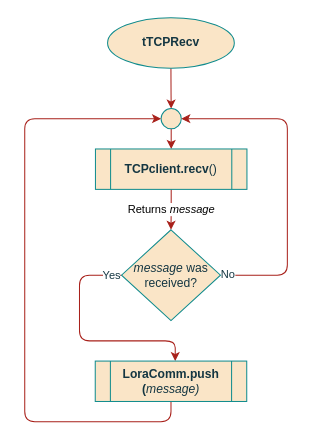
Before: page "tTCPRecv" (4 of 5) of project/report/flowcharts/Gatewaytasks/GWthreads.drawio in ESRGgroup9/slipad, a draw.io diagram. Source tidied: cells renumbered, new cells numbered last; positions are measured from the earlier drawing's top-left corner, leaving out a move shared by most shapes. Both pictures are drawn from the tidied source at 101%, with x=0, y=0 at pixel (24, 17).
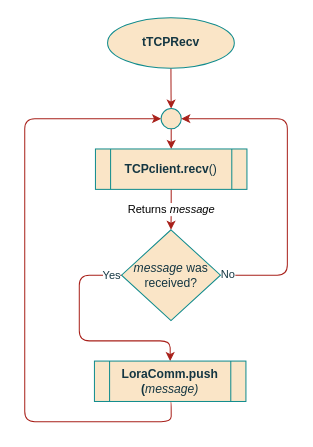
After the change.

The change refers to these unchanged cells:
```xml
<mxCell id="12" value="&lt;div&gt;&lt;i&gt;message&lt;/i&gt; was&lt;/div&gt;&lt;div&gt;received?&lt;br&gt;&lt;/div&gt;" style="rhombus;whiteSpace=wrap;html=1;rounded=0;sketch=0;fontColor=#143642;strokeColor=#0F8B8D;fillColor=#FAE5C7;" parent="1" vertex="1">
  <mxGeometry x="95.8" y="210" width="98" height="90" as="geometry" />
</mxCell>
```

Change to the diagram source:
```diff
@@
-    <mxCell id="10" style="edgeStyle=orthogonalEdgeStyle;sketch=0;jettySize=auto;html=1;exitX=0;exitY=0.5;exitDx=0;exitDy=0;entryX=0.5;entryY=0;entryDx=0;entryDy=0;fontColor=#143642;strokeColor=#A8201A;fillColor=#FAE5C7;rounded=1;" parent="1" edge="1" source="12">
+    <mxCell id="10" style="edgeStyle=orthogonalEdgeStyle;sketch=0;jettySize=auto;html=1;exitX=0;exitY=0.5;exitDx=0;exitDy=0;entryX=0.5;entryY=0;entryDx=0;entryDy=0;fontColor=#143642;strokeColor=#A8201A;fillColor=#FAE5C7;rounded=1;" parent="1" edge="1" source="12" target="15">
       <mxGeometry relative="1" as="geometry">
-        <mxPoint x="149" y="340" as="targetPoint" />
         <Array as="points">
-          <mxPoint x="54.2" y="255" />
-          <mxPoint x="54.2" y="320" />
-          <mxPoint x="149.2" y="320" />
+          <mxPoint x="54" y="255" />
+          <mxPoint x="54" y="320" />
+          <mxPoint x="144" y="320" />
         </Array>
       </mxGeometry>
     </mxCell>
@@
     <mxCell id="15" value="&lt;div&gt;&lt;b&gt;LoraComm.push&lt;/b&gt;&lt;/div&gt;&lt;div&gt;&lt;b&gt;(&lt;/b&gt;&lt;i&gt;message)&lt;/i&gt;&lt;/div&gt;" style="shape=process;whiteSpace=wrap;html=1;backgroundOutline=1;rounded=0;sketch=0;fontColor=#143642;strokeColor=#0F8B8D;fillColor=#FAE5C7;" parent="1" vertex="1">
-      <mxGeometry x="69.8" y="340" width="150" height="40" as="geometry" />
+      <mxGeometry x="69" y="340" width="150" height="40" as="geometry" />
     </mxCell>
```
